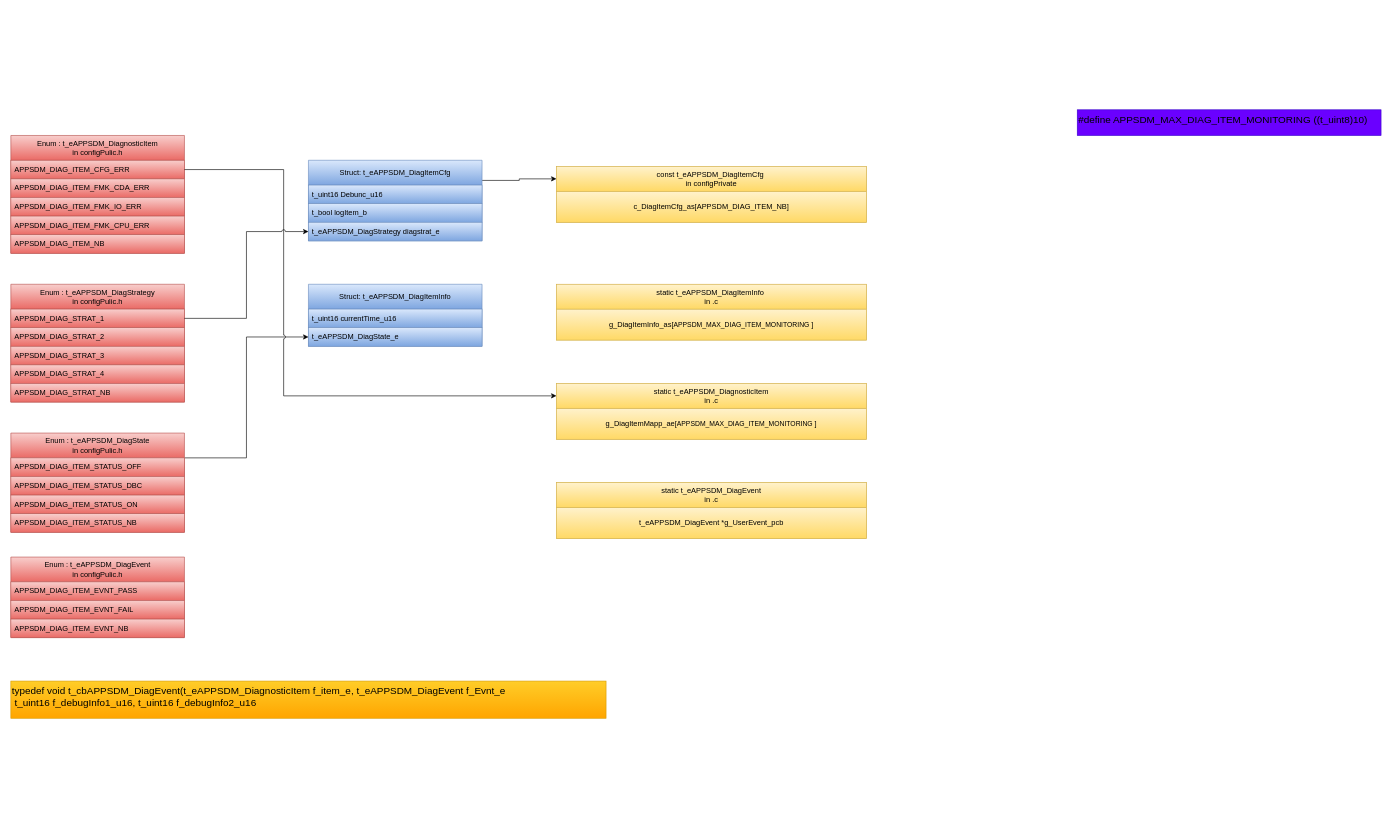
Before: page "Type" (1 of 8) of src/3_APP/APP_CTRL/APP_SDM/Doc/Design/SystemDiagnosticMngmt.drawio in mbarbeau0545/PickersRobotPOC, a draw.io diagram. Source tidied: cells renumbered, new cells numbered last; positions are measured from the earlier drawing's top-left corner, leaving out a move shared by most shapes. Both pictures are drawn from the tidied source at 62%, with x=0, y=0 at pixel (11, 110).
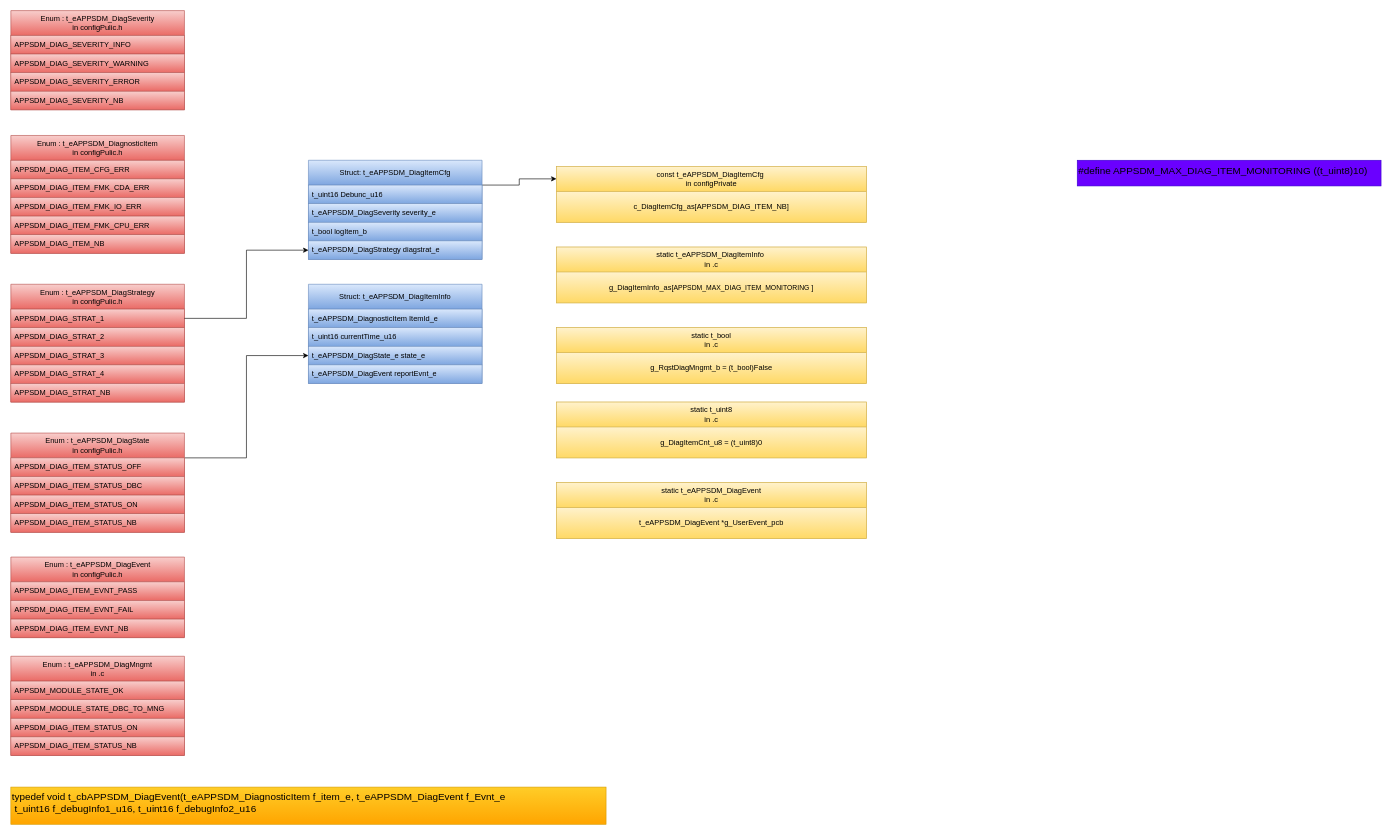
After the change.

Unchanged cells that the change refers to:
```xml
<mxCell id="3" value="APPSDM_DIAG_ITEM_CFG_ERR" style="text;strokeColor=#b85450;fillColor=#f8cecc;align=left;verticalAlign=middle;spacingLeft=4;spacingRight=4;overflow=hidden;points=[[0,0.5],[1,0.5]];portConstraint=eastwest;whiteSpace=wrap;html=1;gradientColor=#ea6b66;fontColor=#000000;" parent="2" vertex="1">
  <mxGeometry y="40" width="280" height="30" as="geometry" />
</mxCell>
```

The edit, as a diff of the source:
```diff
@@
     <mxCell id="9" value="Struct: t_eAPPSDM_DiagItemCfg" style="swimlane;fontStyle=0;horizontal=1;startSize=40;whiteSpace=wrap;html=1;fillColor=#dae8fc;gradientColor=#7ea6e0;strokeColor=#6c8ebf;fontColor=#000000;" parent="1" vertex="1">
-      <mxGeometry x="480" y="81" width="280" height="130" as="geometry" />
+      <mxGeometry x="480" y="81" width="280" height="160" as="geometry" />
     </mxCell>
@@
+    <mxCell id="52" value="&lt;span style=&quot;text-align: center;&quot;&gt;t_eAPPSDM_DiagSeverity severity_e&lt;/span&gt;" style="text;strokeColor=#6c8ebf;fillColor=#dae8fc;align=left;verticalAlign=middle;spacingLeft=4;spacingRight=4;overflow=hidden;whiteSpace=wrap;html=1;gradientColor=#7ea6e0;fontColor=#000000;" parent="9" vertex="1">
+      <mxGeometry y="70" width="280" height="30" as="geometry" />
+    </mxCell>
     <mxCell id="11" value="&lt;span style=&quot;text-align: center;&quot;&gt;t_bool logItem_b&lt;/span&gt;" style="text;strokeColor=#6c8ebf;fillColor=#dae8fc;align=left;verticalAlign=middle;spacingLeft=4;spacingRight=4;overflow=hidden;whiteSpace=wrap;html=1;gradientColor=#7ea6e0;fontColor=#000000;" parent="9" vertex="1">
-      <mxGeometry y="70" width="280" height="30" as="geometry" />
+      <mxGeometry y="100" width="280" height="30" as="geometry" />
     </mxCell>
     <mxCell id="12" value="&lt;span style=&quot;text-align: center;&quot;&gt;t_eAPPSDM_DiagStrategy diagstrat_e&lt;/span&gt;" style="text;strokeColor=#6c8ebf;fillColor=#dae8fc;align=left;verticalAlign=middle;spacingLeft=4;spacingRight=4;overflow=hidden;points=[[0,0.5],[1,0.5]];portConstraint=eastwest;whiteSpace=wrap;html=1;gradientColor=#7ea6e0;fontColor=#000000;" parent="9" vertex="1">
-      <mxGeometry y="100" width="280" height="30" as="geometry" />
+      <mxGeometry y="130" width="280" height="30" as="geometry" />
     </mxCell>
@@
     <mxCell id="19" value="&lt;font color=&quot;#000000&quot;&gt;&lt;span style=&quot;text-wrap: nowrap;&quot;&gt;typedef void t_cbAPPSDM_DiagEvent(t_eAPPSDM_DiagnosticItem f_item_e, t_eAPPSDM_DiagEvent f_Evnt_e&lt;/span&gt;&lt;/font&gt;&lt;div&gt;&lt;font color=&quot;#000000&quot;&gt;&lt;span style=&quot;text-wrap: nowrap;&quot;&gt;&amp;nbsp;t_uint16 f_debugInfo1_u16,&amp;nbsp;&lt;/span&gt;&lt;/font&gt;&lt;span style=&quot;text-wrap: nowrap; color: rgb(0, 0, 0); background-color: initial;&quot;&gt;t_uint16 f_debugInfo2_u16&lt;/span&gt;&lt;/div&gt;" style="rounded=0;whiteSpace=wrap;html=1;verticalAlign=top;fillColor=#ffcd28;gradientColor=#ffa500;strokeColor=#d79b00;fontSize=16;align=left;" parent="1" vertex="1">
-      <mxGeometry y="921" width="960" height="60" as="geometry" />
+      <mxGeometry y="1092" width="960" height="60" as="geometry" />
     </mxCell>
@@
     <mxCell id="24" value="Struct: t_eAPPSDM_DiagItemInfo" style="swimlane;fontStyle=0;horizontal=1;startSize=40;whiteSpace=wrap;html=1;fillColor=#dae8fc;gradientColor=#7ea6e0;strokeColor=#6c8ebf;fontColor=#000000;" parent="1" vertex="1">
-      <mxGeometry x="480" y="281" width="280" height="100" as="geometry" />
+      <mxGeometry x="480" y="281" width="280" height="160" as="geometry" />
     </mxCell>
+    <mxCell id="53" value="&lt;span style=&quot;text-align: center;&quot;&gt;t_eAPPSDM_DiagnosticItem ItemId_e&lt;/span&gt;" style="text;strokeColor=#6c8ebf;fillColor=#dae8fc;align=left;verticalAlign=middle;spacingLeft=4;spacingRight=4;overflow=hidden;whiteSpace=wrap;html=1;gradientColor=#7ea6e0;fontColor=#000000;" parent="24" vertex="1">
+      <mxGeometry y="40" width="280" height="30" as="geometry" />
+    </mxCell>
     <mxCell id="25" value="&lt;span style=&quot;text-align: center;&quot;&gt;t_uint16 currentTime_u16&lt;/span&gt;" style="text;strokeColor=#6c8ebf;fillColor=#dae8fc;align=left;verticalAlign=middle;spacingLeft=4;spacingRight=4;overflow=hidden;whiteSpace=wrap;html=1;gradientColor=#7ea6e0;fontColor=#000000;" parent="24" vertex="1">
-      <mxGeometry y="40" width="280" height="30" as="geometry" />
+      <mxGeometry y="70" width="280" height="30" as="geometry" />
     </mxCell>
-    <mxCell id="26" value="&lt;div style=&quot;text-align: center;&quot;&gt;&lt;span style=&quot;background-color: initial;&quot;&gt;t_eAPPSDM_DiagState_e&lt;/span&gt;&lt;/div&gt;" style="text;strokeColor=#6c8ebf;fillColor=#dae8fc;align=left;verticalAlign=middle;spacingLeft=4;spacingRight=4;overflow=hidden;points=[[0,0.5],[1,0.5]];portConstraint=eastwest;whiteSpace=wrap;html=1;gradientColor=#7ea6e0;fontColor=#000000;" parent="24" vertex="1">
-      <mxGeometry y="70" width="280" height="30" as="geometry" />
+    <mxCell id="26" value="&lt;div style=&quot;text-align: center;&quot;&gt;&lt;span style=&quot;background-color: initial;&quot;&gt;t_eAPPSDM_DiagState_e state_e&lt;/span&gt;&lt;/div&gt;" style="text;strokeColor=#6c8ebf;fillColor=#dae8fc;align=left;verticalAlign=middle;spacingLeft=4;spacingRight=4;overflow=hidden;points=[[0,0.5],[1,0.5]];portConstraint=eastwest;whiteSpace=wrap;html=1;gradientColor=#7ea6e0;fontColor=#000000;" parent="24" vertex="1">
+      <mxGeometry y="100" width="280" height="30" as="geometry" />
     </mxCell>
+    <mxCell id="54" value="&lt;div style=&quot;text-align: center;&quot;&gt;&lt;span style=&quot;background-color: initial;&quot;&gt;t_eAPPSDM_DiagEvent&amp;nbsp;&lt;/span&gt;&lt;span style=&quot;background-color: initial;&quot;&gt;reportEvnt_e&lt;/span&gt;&lt;/div&gt;" style="text;strokeColor=#6c8ebf;fillColor=#dae8fc;align=left;verticalAlign=middle;spacingLeft=4;spacingRight=4;overflow=hidden;whiteSpace=wrap;html=1;gradientColor=#7ea6e0;fontColor=#000000;" parent="24" vertex="1">
+      <mxGeometry y="130" width="280" height="30" as="geometry" />
+    </mxCell>
@@
     <mxCell id="33" style="group;fontSize=12;" parent="1" vertex="1">
-      <mxGeometry x="880" y="281" width="500" height="90" as="geometry" />
+      <mxGeometry x="880" y="221" width="500" height="90" as="geometry" />
     </mxCell>
@@
-    <mxCell id="37" style="group;fontSize=12;" parent="1" vertex="1">
-      <mxGeometry x="880" y="441" width="500" height="90" as="geometry" />
-    </mxCell>
-    <mxCell id="38" style="rounded=0;whiteSpace=wrap;html=1;fillColor=#fff2cc;gradientColor=#ffd966;strokeColor=#d6b656;fontColor=#000000;fontSize=12;" parent="37" vertex="1">
-      <mxGeometry width="500" height="90" as="geometry" />
-    </mxCell>
-    <mxCell id="39" value="&lt;div style=&quot;text-align: center; font-size: 12px;&quot;&gt;g_DiagItemMapp_ae[&lt;span style=&quot;text-align: left; text-wrap: nowrap; font-size: 11px;&quot;&gt;APPSDM_MAX_DIAG_ITEM_MONITORING&amp;nbsp;&lt;/span&gt;]&lt;/div&gt;" style="rounded=0;whiteSpace=wrap;html=1;fillColor=#fff2cc;gradientColor=#ffd966;strokeColor=#d6b656;fontColor=#000000;fontSize=12;" parent="37" vertex="1">
-      <mxGeometry y="40" width="500" height="50" as="geometry" />
-    </mxCell>
-    <mxCell id="40" value="static t_eAPPSDM_DiagnosticItem&lt;div&gt;in .c&lt;/div&gt;" style="rounded=0;whiteSpace=wrap;html=1;fillColor=#fff2cc;gradientColor=#ffd966;strokeColor=#d6b656;fontColor=#000000;fontSize=12;" parent="37" vertex="1">
-      <mxGeometry width="500" height="40" as="geometry" />
-    </mxCell>
-    <mxCell id="41" style="edgeStyle=orthogonalEdgeStyle;rounded=0;jettySize=auto;html=1;exitX=1;exitY=0.5;exitDx=0;exitDy=0;entryX=0;entryY=0.5;entryDx=0;entryDy=0;jumpStyle=arc;" parent="1" edge="1" source="3" target="40">
-      <mxGeometry relative="1" as="geometry">
-        <Array as="points">
-          <mxPoint x="440" y="96" />
-          <mxPoint x="440" y="461" />
-        </Array>
-      </mxGeometry>
-    </mxCell>
@@
     <mxCell id="47" value="&lt;font color=&quot;#000000&quot;&gt;&lt;span style=&quot;text-wrap: nowrap;&quot;&gt;#define APPSDM_MAX_DIAG_ITEM_MONITORING ((t_uint8)10)&lt;/span&gt;&lt;/font&gt;" style="rounded=0;whiteSpace=wrap;html=1;verticalAlign=top;fillColor=#6a00ff;strokeColor=#3700CC;fontSize=16;align=left;fontColor=#ffffff;" parent="1" vertex="1">
-      <mxGeometry x="1720" y="-0.4" width="490" height="41.4" as="geometry" />
+      <mxGeometry x="1720" y="81" width="490" height="41.4" as="geometry" />
     </mxCell>
@@
+    <mxCell id="55" value="Enum : t_eAPPSDM_DiagSeverity&lt;div&gt;in configPulic.h&lt;/div&gt;" style="swimlane;fontStyle=0;horizontal=1;startSize=40;whiteSpace=wrap;html=1;fillColor=#f8cecc;gradientColor=#ea6b66;strokeColor=#b85450;fontColor=#000000;" parent="1" vertex="1">
+      <mxGeometry y="-160.4" width="280" height="160" as="geometry" />
+    </mxCell>
+    <mxCell id="56" value="APPSDM_DIAG_SEVERITY_INFO" style="text;strokeColor=#b85450;fillColor=#f8cecc;align=left;verticalAlign=middle;spacingLeft=4;spacingRight=4;overflow=hidden;whiteSpace=wrap;html=1;gradientColor=#ea6b66;fontColor=#000000;" parent="55" vertex="1">
+      <mxGeometry y="40" width="280" height="30" as="geometry" />
+    </mxCell>
+    <mxCell id="57" value="APPSDM_DIAG_SEVERITY_WARNING" style="text;strokeColor=#b85450;fillColor=#f8cecc;align=left;verticalAlign=middle;spacingLeft=4;spacingRight=4;overflow=hidden;whiteSpace=wrap;html=1;gradientColor=#ea6b66;fontColor=#000000;" parent="55" vertex="1">
+      <mxGeometry y="70" width="280" height="30" as="geometry" />
+    </mxCell>
+    <mxCell id="58" value="APPSDM_DIAG_SEVERITY_ERROR" style="text;strokeColor=#b85450;fillColor=#f8cecc;align=left;verticalAlign=middle;spacingLeft=4;spacingRight=4;overflow=hidden;whiteSpace=wrap;html=1;gradientColor=#ea6b66;fontColor=#000000;" parent="55" vertex="1">
+      <mxGeometry y="100" width="280" height="30" as="geometry" />
+    </mxCell>
+    <mxCell id="59" value="APPSDM_DIAG_SEVERITY_NB" style="text;strokeColor=#b85450;fillColor=#f8cecc;align=left;verticalAlign=middle;spacingLeft=4;spacingRight=4;overflow=hidden;whiteSpace=wrap;html=1;gradientColor=#ea6b66;fontColor=#000000;" parent="55" vertex="1">
+      <mxGeometry y="130" width="280" height="30" as="geometry" />
+    </mxCell>
+    <mxCell id="60" style="group;fontSize=12;" parent="1" vertex="1">
+      <mxGeometry x="880" y="471" width="500" height="90" as="geometry" />
+    </mxCell>
+    <mxCell id="61" style="rounded=0;whiteSpace=wrap;html=1;fillColor=#fff2cc;gradientColor=#ffd966;strokeColor=#d6b656;fontColor=#000000;fontSize=12;" parent="60" vertex="1">
+      <mxGeometry width="500" height="90" as="geometry" />
+    </mxCell>
+    <mxCell id="62" value="&lt;div style=&quot;text-align: center; font-size: 12px;&quot;&gt;g_DiagItemCnt_u8 = (t_uint8)0&lt;/div&gt;" style="rounded=0;whiteSpace=wrap;html=1;fillColor=#fff2cc;gradientColor=#ffd966;strokeColor=#d6b656;fontColor=#000000;fontSize=12;" parent="60" vertex="1">
+      <mxGeometry y="40" width="500" height="50" as="geometry" />
+    </mxCell>
+    <mxCell id="63" value="static t_uint8&lt;div&gt;in .c&lt;/div&gt;" style="rounded=0;whiteSpace=wrap;html=1;fillColor=#fff2cc;gradientColor=#ffd966;strokeColor=#d6b656;fontColor=#000000;fontSize=12;" parent="60" vertex="1">
+      <mxGeometry width="500" height="40" as="geometry" />
+    </mxCell>
+    <mxCell id="64" value="Enum : t_eAPPSDM_DiagMngmt&lt;div&gt;in .c&lt;/div&gt;" style="swimlane;fontStyle=0;horizontal=1;startSize=40;whiteSpace=wrap;html=1;fillColor=#f8cecc;gradientColor=#ea6b66;strokeColor=#b85450;fontColor=#000000;" parent="1" vertex="1">
+      <mxGeometry y="881" width="280" height="160" as="geometry" />
+    </mxCell>
+    <mxCell id="65" value="APPSDM_MODULE_STATE_OK" style="text;strokeColor=#b85450;fillColor=#f8cecc;align=left;verticalAlign=middle;spacingLeft=4;spacingRight=4;overflow=hidden;whiteSpace=wrap;html=1;gradientColor=#ea6b66;fontColor=#000000;" parent="64" vertex="1">
+      <mxGeometry y="40" width="280" height="30" as="geometry" />
+    </mxCell>
+    <mxCell id="66" value="APPSDM_MODULE_STATE_DBC_TO_MNG" style="text;strokeColor=#b85450;fillColor=#f8cecc;align=left;verticalAlign=middle;spacingLeft=4;spacingRight=4;overflow=hidden;whiteSpace=wrap;html=1;gradientColor=#ea6b66;fontColor=#000000;" parent="64" vertex="1">
+      <mxGeometry y="70" width="280" height="30" as="geometry" />
+    </mxCell>
+    <mxCell id="67" value="APPSDM_DIAG_ITEM_STATUS_ON" style="text;strokeColor=#b85450;fillColor=#f8cecc;align=left;verticalAlign=middle;spacingLeft=4;spacingRight=4;overflow=hidden;whiteSpace=wrap;html=1;gradientColor=#ea6b66;fontColor=#000000;" parent="64" vertex="1">
+      <mxGeometry y="100" width="280" height="30" as="geometry" />
+    </mxCell>
+    <mxCell id="68" value="APPSDM_DIAG_ITEM_STATUS_NB" style="text;strokeColor=#b85450;fillColor=#f8cecc;align=left;verticalAlign=middle;spacingLeft=4;spacingRight=4;overflow=hidden;whiteSpace=wrap;html=1;gradientColor=#ea6b66;fontColor=#000000;" parent="64" vertex="1">
+      <mxGeometry y="130" width="280" height="30" as="geometry" />
+    </mxCell>
+    <mxCell id="69" style="group;fontSize=12;" parent="1" vertex="1">
+      <mxGeometry x="880" y="351" width="500" height="90" as="geometry" />
+    </mxCell>
+    <mxCell id="70" style="rounded=0;whiteSpace=wrap;html=1;fillColor=#fff2cc;gradientColor=#ffd966;strokeColor=#d6b656;fontColor=#000000;fontSize=12;" parent="69" vertex="1">
+      <mxGeometry width="500" height="90" as="geometry" />
+    </mxCell>
+    <mxCell id="71" value="&lt;div style=&quot;text-align: center; font-size: 12px;&quot;&gt;g_RqstDiagMngmt_b = (t_bool)False&lt;/div&gt;" style="rounded=0;whiteSpace=wrap;html=1;fillColor=#fff2cc;gradientColor=#ffd966;strokeColor=#d6b656;fontColor=#000000;fontSize=12;" parent="69" vertex="1">
+      <mxGeometry y="40" width="500" height="50" as="geometry" />
+    </mxCell>
+    <mxCell id="72" value="static t_bool&lt;div&gt;in .c&lt;/div&gt;" style="rounded=0;whiteSpace=wrap;html=1;fillColor=#fff2cc;gradientColor=#ffd966;strokeColor=#d6b656;fontColor=#000000;fontSize=12;" parent="69" vertex="1">
+      <mxGeometry width="500" height="40" as="geometry" />
+    </mxCell>
```
